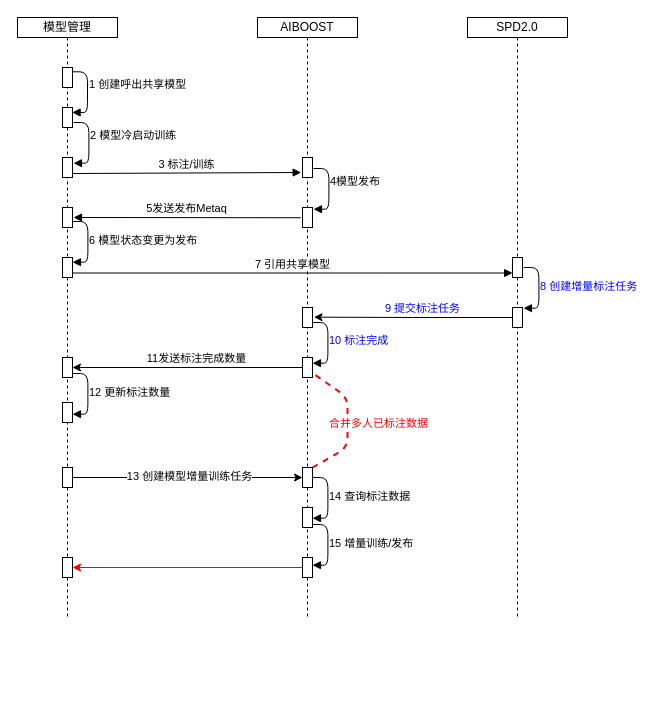
Earlier version of the draw.io diagram model_share.drawio (trey03/draw). Source tidied: cells renumbered, new cells numbered last; positions are measured from the earlier drawing's top-left corner, leaving out a move shared by most shapes. Both pictures are drawn from the tidied source at 100%, with x=0, y=0 at pixel (17, 17).
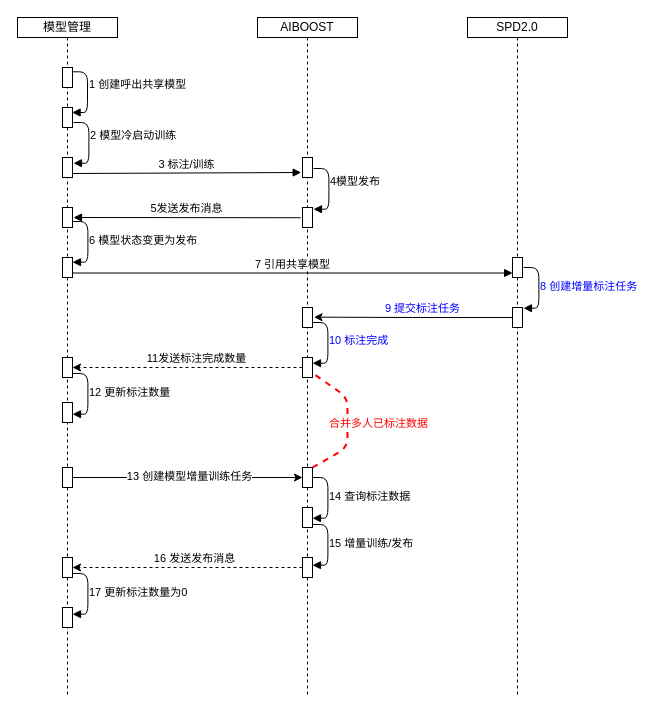
After the change.

The change refers to these unchanged cells:
```xml
<mxCell id="9" style="html=1;points=[];perimeter=orthogonalPerimeter;" parent="2" vertex="1">
  <mxGeometry x="45" y="340" width="10" height="20" as="geometry" />
</mxCell>
<mxCell id="12" style="html=1;points=[];perimeter=orthogonalPerimeter;" parent="2" vertex="1">
  <mxGeometry x="45" y="540" width="10" height="20" as="geometry" />
</mxCell>
<mxCell id="16" style="html=1;points=[];perimeter=orthogonalPerimeter;" parent="14" vertex="1">
  <mxGeometry x="45" y="190" width="10" height="20" as="geometry" />
</mxCell>
<mxCell id="17" style="html=1;points=[];perimeter=orthogonalPerimeter;" parent="14" vertex="1">
  <mxGeometry x="45" y="340" width="10" height="20" as="geometry" />
</mxCell>
<mxCell id="22" style="html=1;points=[];perimeter=orthogonalPerimeter;" parent="14" vertex="1">
  <mxGeometry x="45" y="540" width="10" height="20" as="geometry" />
</mxCell>
```

Diff of the diagram source:
```diff
@@
     <mxCell id="2" value="模型管理" style="shape=umlLifeline;perimeter=lifelinePerimeter;whiteSpace=wrap;html=1;size=20;" parent="1" vertex="1">
-      <mxGeometry width="100" height="600" as="geometry" />
+      <mxGeometry width="100" height="680" as="geometry" />
     </mxCell>
@@
+    <mxCell id="44" style="html=1;perimeter=orthogonalPerimeter;" parent="2" vertex="1">
+      <mxGeometry x="45" y="590" width="10" height="20" as="geometry" />
+    </mxCell>
@@
     <mxCell id="14" value="AIBOOST" style="shape=umlLifeline;perimeter=lifelinePerimeter;whiteSpace=wrap;html=1;size=20;" parent="1" vertex="1">
-      <mxGeometry x="240" width="100" height="600" as="geometry" />
+      <mxGeometry x="240" width="100" height="680" as="geometry" />
     </mxCell>
@@
-    <mxCell id="24" value="5发送发布Metaq" style="html=1;verticalAlign=bottom;endArrow=block;exitX=-0.181;exitY=0.512;exitDx=0;exitDy=0;exitPerimeter=0;" parent="1" edge="1" source="16">
+    <mxCell id="24" value="5发送发布消息" style="html=1;verticalAlign=bottom;endArrow=block;exitX=-0.181;exitY=0.512;exitDx=0;exitDy=0;exitPerimeter=0;" parent="1" edge="1" source="16">
       <mxGeometry relative="1" as="geometry">
         <mxPoint x="56" y="200" as="targetPoint" />
       </mxGeometry>
     </mxCell>
@@
     <mxCell id="27" value="SPD2.0" style="shape=umlLifeline;perimeter=lifelinePerimeter;whiteSpace=wrap;html=1;size=20;" parent="1" vertex="1">
-      <mxGeometry x="450" width="100" height="600" as="geometry" />
+      <mxGeometry x="450" width="100" height="680" as="geometry" />
     </mxCell>
@@
-    <mxCell id="36" style="edgeStyle=orthogonalEdgeStyle;rounded=0;jettySize=auto;html=1;" parent="1" edge="1" source="17" target="9">
+    <mxCell id="36" style="edgeStyle=orthogonalEdgeStyle;rounded=0;jettySize=auto;html=1;dashed=1;" parent="1" edge="1" source="17" target="9">
       <mxGeometry relative="1" as="geometry" />
     </mxCell>
@@
-    <mxCell id="43" style="edgeStyle=orthogonalEdgeStyle;rounded=0;jettySize=auto;html=1;strokeColor=#FF0000;fontColor=#FF0000;" parent="1" edge="1" source="22" target="12">
+    <mxCell id="43" style="edgeStyle=orthogonalEdgeStyle;rounded=0;jettySize=auto;html=1;fontColor=#FF0000;dashed=1;" parent="1" edge="1" source="22" target="12">
       <mxGeometry relative="1" as="geometry" />
     </mxCell>
+    <mxCell id="45" value="16 发送发布消息" style="edgeLabel;html=1;align=center;verticalAlign=middle;" parent="43" vertex="1">
+      <mxGeometry x="-0.05" y="1" relative="1" as="geometry">
+        <mxPoint y="-11" as="offset" />
+      </mxGeometry>
+    </mxCell>
+    <mxCell id="46" value="17 更新标注数量为0" style="endArrow=block;endFill=1;html=1;edgeStyle=orthogonalEdgeStyle;align=left;verticalAlign=top;exitX=0.962;exitY=0.464;exitDx=0;exitDy=0;exitPerimeter=0;entryX=0.962;entryY=0.5;entryDx=0;entryDy=0;entryPerimeter=0;" parent="1" edge="1">
+      <mxGeometry x="-0.57" y="-6" relative="1" as="geometry">
+        <mxPoint x="55" y="556" as="sourcePoint" />
+        <mxPoint x="55" y="596.7" as="targetPoint" />
+        <Array as="points">
+          <mxPoint x="70.4" y="555.7" />
+          <mxPoint x="70.4" y="596.7" />
+        </Array>
+        <mxPoint x="6" y="6" as="offset" />
+      </mxGeometry>
+    </mxCell>
```
